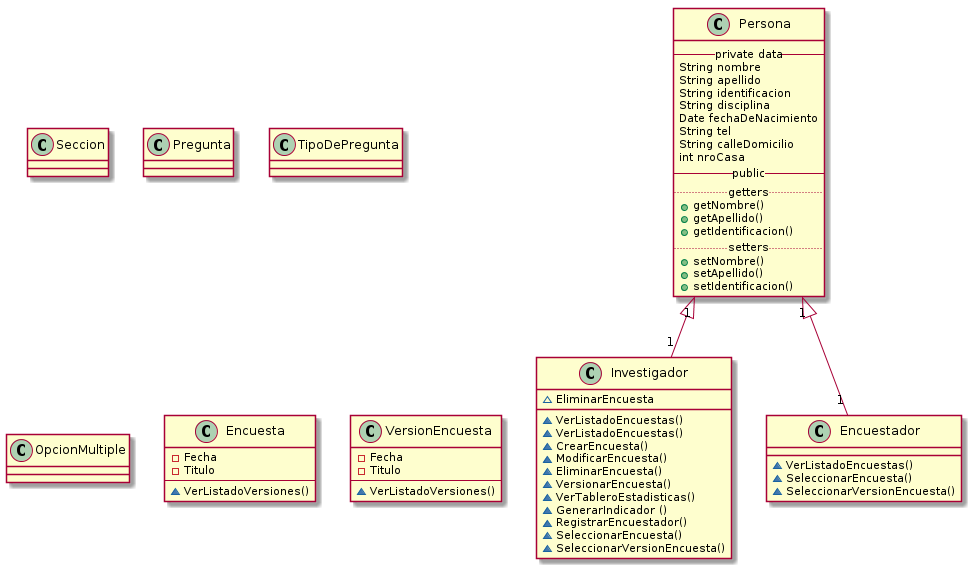
This is dominio-movilidad.png from pablojaviersosa/AyD-notas-2019, a PlantUML export, as it was before one commit. The source it was exported from:
```plantuml
@startuml

class Persona {
--private data--
String nombre
String apellido
String identificacion
String disciplina
Date fechaDeNacimiento
String tel
String calleDomicilio
int nroCasa
--public--
..getters..
+ getNombre()
+ getApellido()
+ getIdentificacion()
..setters..
+ setNombre()
+ setApellido()
+ setIdentificacion()
}

class Investigador {

~ VerListadoEncuestas()
~ VerListadoEncuestas()
~ CrearEncuesta()
~ ModificarEncuesta()
~ EliminarEncuesta()
~ VersionarEncuesta()
~ VerTableroEstadisticas()
~ GenerarIndicador ()
~ EliminarEncuesta
~ RegistrarEncuestador()
~ SeleccionarEncuesta()
~ SeleccionarVersionEncuesta()
}
class Seccion{
}
class Pregunta{
}
class TipoDePregunta{
}


class OpcionMultiple{
}
class Encuestador {
~ VerListadoEncuestas()
~ SeleccionarEncuesta()
~ SeleccionarVersionEncuesta()
}
Persona "1"<|-down-"1" Investigador
Persona "1"<|-down-"1" Encuestador

class Encuesta {
- Fecha
- Titulo
--
~ VerListadoVersiones()
}

class VersionEncuesta {
- Fecha
- Titulo
--
~ VerListadoVersiones()
}

@enduml
```
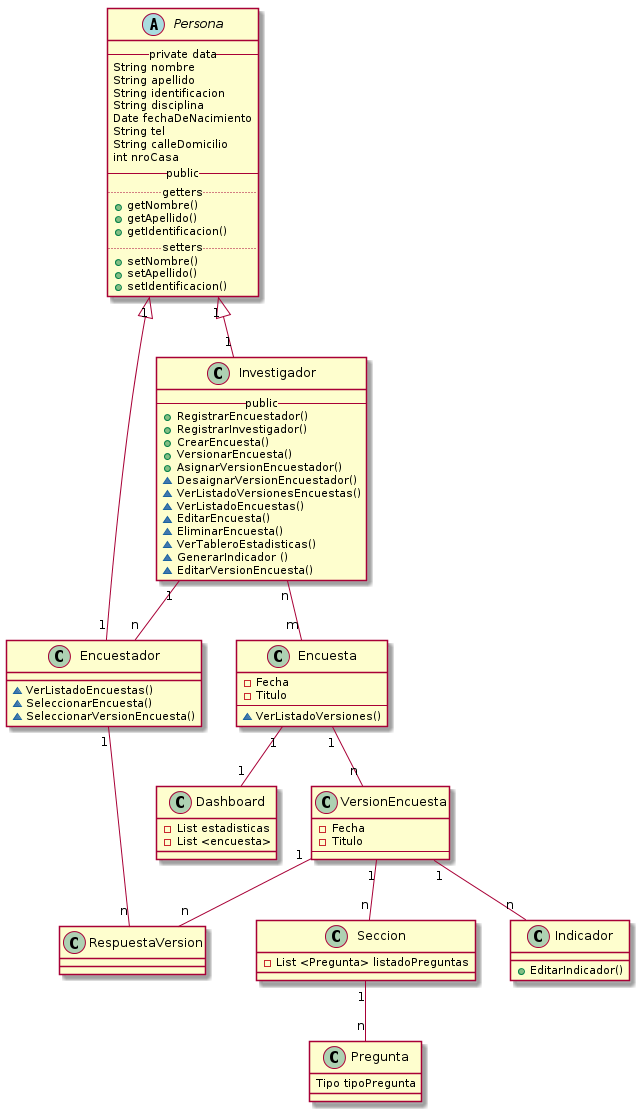
Above is the later version.

Commit message:
MOdelo de dominio del hito

What changed in the source:
```diff
@@ -1,6 +1,6 @@
 @startuml
 
-class Persona {
+abstract class Persona {
 --private data--
 String nombre
 String apellido
@@ -22,37 +22,39 @@
 }
 
 class Investigador {
-
+--public--
++ RegistrarEncuestador()
++ RegistrarInvestigador()
++ CrearEncuesta()
++ VersionarEncuesta()
++ AsignarVersionEncuestador()
+~ DesaignarVersionEncuestador()
+~ VerListadoVersionesEncuestas()
 ~ VerListadoEncuestas()
-~ VerListadoEncuestas()
-~ CrearEncuesta()
-~ ModificarEncuesta()
+~ EditarEncuesta()
 ~ EliminarEncuesta()
-~ VersionarEncuesta()
 ~ VerTableroEstadisticas()
 ~ GenerarIndicador ()
-~ EliminarEncuesta
-~ RegistrarEncuestador()
-~ SeleccionarEncuesta()
-~ SeleccionarVersionEncuesta()
+~ EditarVersionEncuesta()
 }
 class Seccion{
+-    List <Pregunta> listadoPreguntas
 }
 class Pregunta{
-}
-class TipoDePregunta{
-}
-
-
-class OpcionMultiple{
+    Tipo tipoPregunta
 }
 class Encuestador {
 ~ VerListadoEncuestas()
 ~ SeleccionarEncuesta()
 ~ SeleccionarVersionEncuesta()
 }
-Persona "1"<|-down-"1" Investigador
-Persona "1"<|-down-"1" Encuestador
+class Dashboard {
+- List estadisticas
+- List <encuesta>
+}
+class Indicador{
+    + EditarIndicador()
+}
 
 class Encuesta {
 - Fecha
@@ -65,7 +67,18 @@
 - Fecha
 - Titulo
 --
-~ VerListadoVersiones()
 }
-
+class RespuestaVersion{
+}
+Persona "1"<|-down-"1" Investigador
+Persona "1"<|-down-"1" Encuestador
+Investigador "1"--"n" Encuestador
+Investigador "n"--"m" Encuesta
+Encuesta "1"--"1" Dashboard
+Encuesta "1"--"n" VersionEncuesta
+VersionEncuesta "1"--"n" Indicador
+VersionEncuesta "1"--"n" RespuestaVersion
+Seccion "1"--"n" Pregunta
+VersionEncuesta "1"--"n" Seccion
+Encuestador "1"--"n" RespuestaVersion
 @enduml
```
